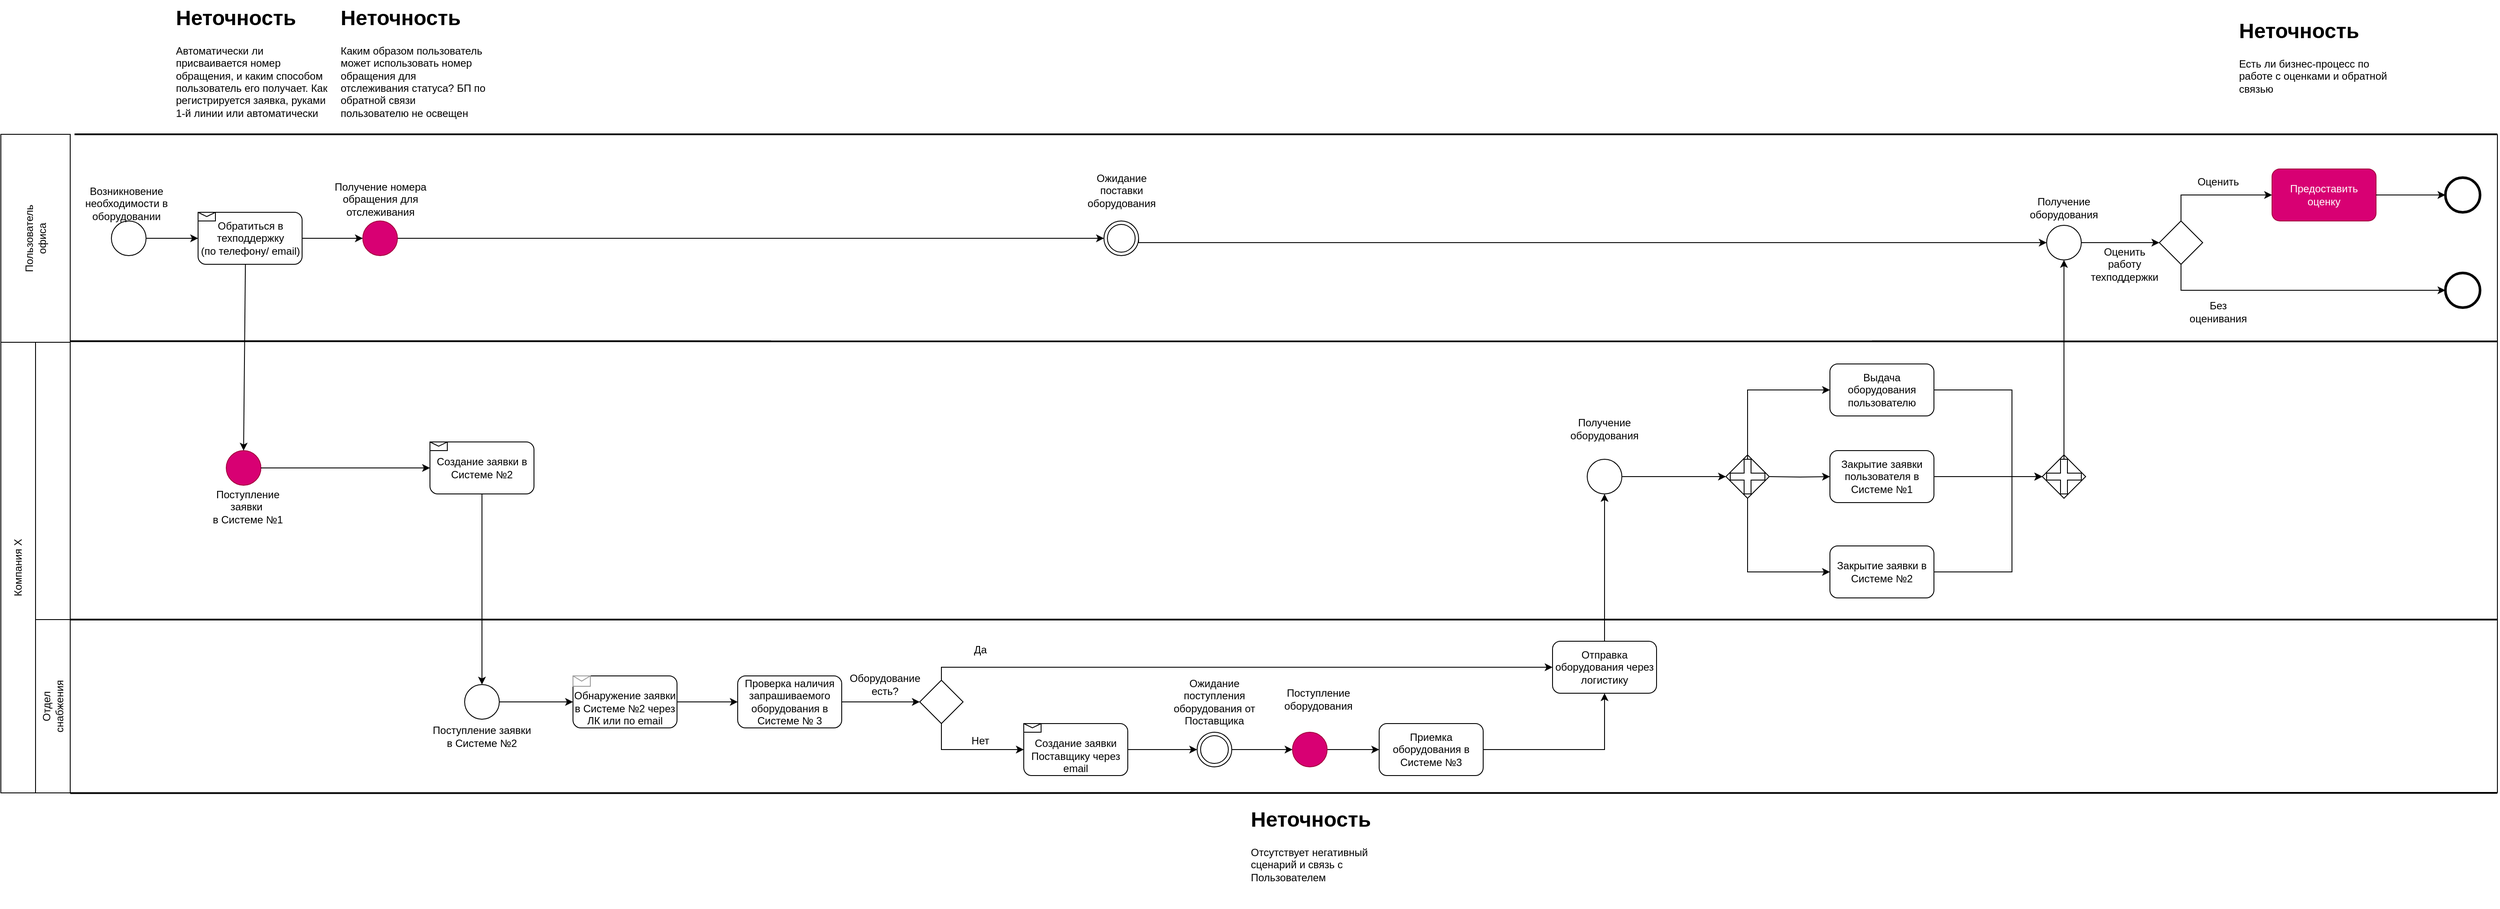
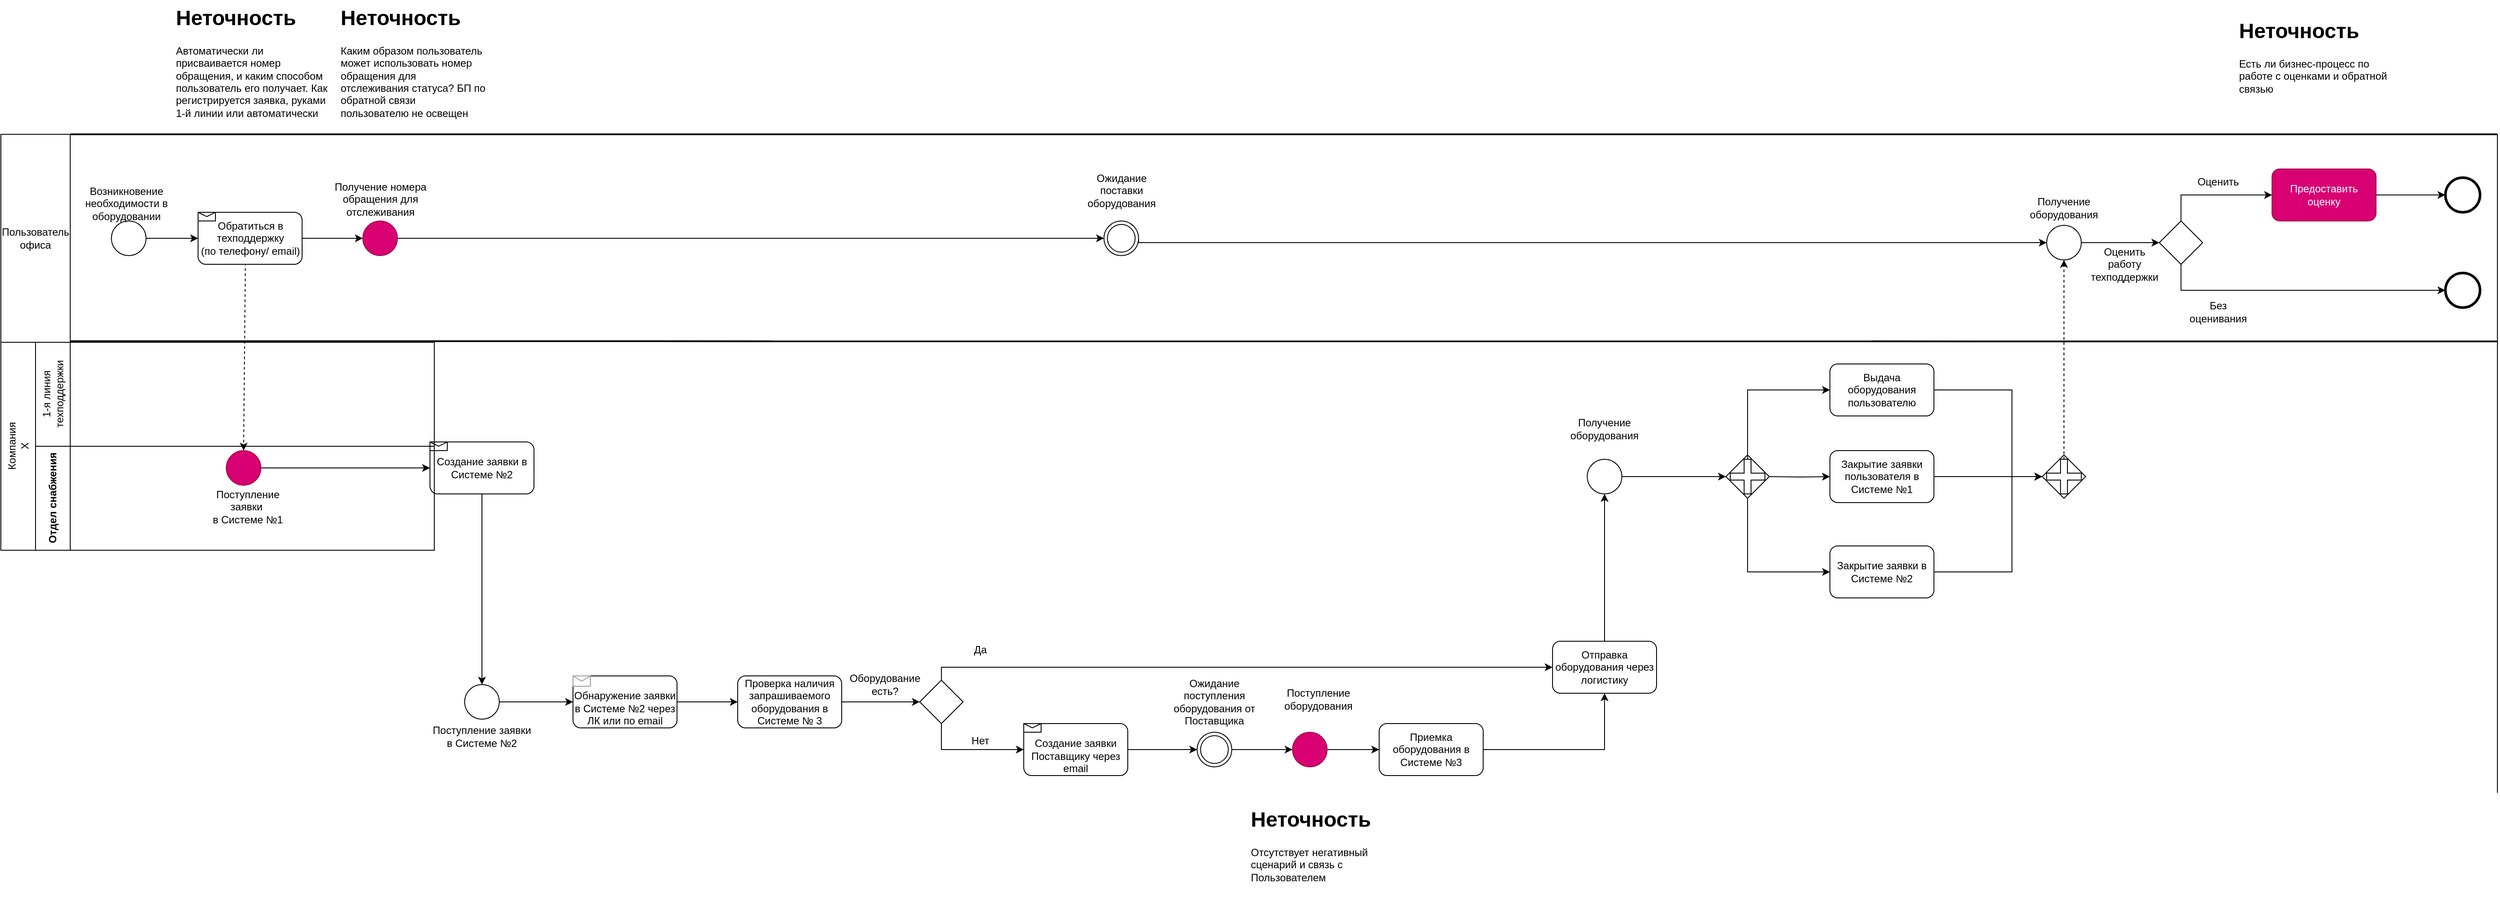
<mxfile host="app.diagrams.net">
  <diagram name="Страница-1" id="6SsGZVheudZXkR8IryFw">
-     <mxGraphModel dx="2576" dy="2151" grid="1" gridSize="10" guides="1" tooltips="1" connect="1" arrows="1" fold="1" page="0" pageScale="1" pageWidth="827" pageHeight="1169" background="none" math="0" shadow="0">
+     <mxGraphModel dx="945" dy="1295" grid="1" gridSize="10" guides="1" tooltips="1" connect="1" arrows="1" fold="1" page="0" pageScale="1" pageWidth="827" pageHeight="1169" background="none" math="0" shadow="0">
      <root>
        <mxCell id="0" />
        <mxCell id="1" parent="0" />
-         <mxCell id="Ya4lB5T6emN3ZDg_C6RV-1" parent="1" style="rounded=0;whiteSpace=wrap;html=1;" value="" vertex="1">
+         <mxCell id="Ya4lB5T6emN3ZDg_C6RV-1" parent="1" style="rounded=0;whiteSpace=wrap;html=1;" value="Пользователь&lt;div&gt;офиса&lt;/div&gt;" vertex="1">
          <mxGeometry height="240" width="80" y="-320" as="geometry" />
-         </mxCell>
-         <mxCell id="Ya4lB5T6emN3ZDg_C6RV-2" parent="1" style="rounded=0;whiteSpace=wrap;html=1;" value="" vertex="1">
-           <mxGeometry height="520" width="40" y="-80" as="geometry" />
-         </mxCell>
-         <mxCell id="Ya4lB5T6emN3ZDg_C6RV-3" parent="1" style="text;html=1;whiteSpace=wrap;strokeColor=none;fillColor=none;align=center;verticalAlign=middle;rounded=0;rotation=-90;" value="Пользователь&lt;div&gt;офиса&lt;/div&gt;" vertex="1">
-           <mxGeometry height="30" width="60" x="10" y="-215" as="geometry" />
-         </mxCell>
-         <mxCell id="Ya4lB5T6emN3ZDg_C6RV-5" parent="1" style="text;html=1;whiteSpace=wrap;strokeColor=none;fillColor=none;align=center;verticalAlign=middle;rounded=0;rotation=-90;" value="Компания Х" vertex="1">
-           <mxGeometry height="30" width="80" x="-20" y="165" as="geometry" />
        </mxCell>
        <mxCell id="VbR1kJbd4s5ipAbFhgMN-2" edge="1" parent="1" style="endArrow=none;html=1;rounded=0;exitX=1;exitY=0;exitDx=0;exitDy=0;strokeColor=light-dark(#000000, #ffffff);strokeWidth=2;" value="">
          <mxGeometry height="50" relative="1" width="50" as="geometry">
            <mxPoint x="80" y="-81.25" as="sourcePoint" />
            <mxPoint x="2880" y="-81" as="targetPoint" />
          </mxGeometry>
        </mxCell>
-         <mxCell id="VbR1kJbd4s5ipAbFhgMN-4" parent="1" style="rounded=0;whiteSpace=wrap;html=1;" value="" vertex="1">
-           <mxGeometry height="320" width="40" x="40" y="-80" as="geometry" />
-         </mxCell>
-         <mxCell id="VbR1kJbd4s5ipAbFhgMN-5" parent="1" style="rounded=0;whiteSpace=wrap;html=1;" value="" vertex="1">
-           <mxGeometry height="200" width="40" x="40" y="240" as="geometry" />
-         </mxCell>
-         <mxCell id="VbR1kJbd4s5ipAbFhgMN-7" edge="1" parent="1" source="VbR1kJbd4s5ipAbFhgMN-5" style="endArrow=none;html=1;rounded=0;exitX=1;exitY=0;exitDx=0;exitDy=0;strokeWidth=2;" value="">
-           <mxGeometry height="50" relative="1" width="50" as="geometry">
-             <mxPoint x="250" y="240" as="sourcePoint" />
-             <mxPoint x="2880" y="240" as="targetPoint" />
-           </mxGeometry>
-         </mxCell>
-         <mxCell id="VbR1kJbd4s5ipAbFhgMN-8" edge="1" parent="1" style="endArrow=none;html=1;rounded=0;exitX=1;exitY=0;exitDx=0;exitDy=0;strokeWidth=2;" value="">
-           <mxGeometry height="50" relative="1" width="50" as="geometry">
-             <mxPoint x="80" y="440.31" as="sourcePoint" />
-             <mxPoint x="2880" y="440" as="targetPoint" />
-           </mxGeometry>
-         </mxCell>
-         <mxCell id="VbR1kJbd4s5ipAbFhgMN-10" edge="1" parent="1" style="endArrow=none;html=1;rounded=0;exitX=1;exitY=0;exitDx=0;exitDy=0;strokeWidth=2;" value="">
+         <mxCell id="VbR1kJbd4s5ipAbFhgMN-10" edge="1" parent="1" source="Ya4lB5T6emN3ZDg_C6RV-1" style="endArrow=none;html=1;rounded=0;exitX=1;exitY=0;exitDx=0;exitDy=0;strokeWidth=2;" value="">
          <mxGeometry height="50" relative="1" width="50" as="geometry">
            <mxPoint x="85" y="-320" as="sourcePoint" />
            <mxPoint x="2880" y="-320" as="targetPoint" />
          </mxGeometry>
        </mxCell>
        <mxCell id="VbR1kJbd4s5ipAbFhgMN-11" parent="1" style="ellipse;whiteSpace=wrap;html=1;aspect=fixed;fillColor=none;" value="" vertex="1">
          <mxGeometry height="40" width="40" x="127.5" y="-220" as="geometry" />
        </mxCell>
        <mxCell id="VbR1kJbd4s5ipAbFhgMN-12" parent="1" style="text;html=1;whiteSpace=wrap;strokeColor=none;fillColor=none;align=center;verticalAlign=middle;rounded=0;" value="&lt;font&gt;Возникновение необходимости в оборудовании&lt;/font&gt;" vertex="1">
          <mxGeometry height="50" width="110" x="90" y="-265" as="geometry" />
        </mxCell>
        <mxCell id="VbR1kJbd4s5ipAbFhgMN-16" parent="1" style="ellipse;whiteSpace=wrap;html=1;aspect=fixed;fillColor=#d80073;fontColor=#ffffff;strokeColor=#A50040;" value="" vertex="1">
          <mxGeometry height="40" width="40" x="260" y="45.000000000000114" as="geometry" />
        </mxCell>
        <mxCell id="VbR1kJbd4s5ipAbFhgMN-17" parent="1" style="text;html=1;whiteSpace=wrap;strokeColor=none;fillColor=none;align=center;verticalAlign=middle;rounded=0;" value="Поступление заявки&amp;nbsp;&lt;div&gt;в Системе №1&lt;/div&gt;" vertex="1">
          <mxGeometry height="30" width="110" x="230" y="95" as="geometry" />
        </mxCell>
-         <mxCell id="VbR1kJbd4s5ipAbFhgMN-20" parent="1" style="text;html=1;whiteSpace=wrap;strokeColor=none;fillColor=none;align=center;verticalAlign=middle;rounded=0;rotation=-90;" value="&lt;br&gt;&lt;span style=&quot;font-family: Helvetica; font-size: 12px; font-style: normal; font-variant-ligatures: normal; font-variant-caps: normal; font-weight: 400; letter-spacing: normal; orphans: 2; text-indent: 0px; text-transform: none; widows: 2; word-spacing: 0px; -webkit-text-stroke-width: 0px; white-space: normal; text-decoration-thickness: initial; text-decoration-style: initial; text-decoration-color: initial; float: none; display: inline !important;&quot;&gt;&lt;font style=&quot;color: light-dark(rgb(255, 255, 255), rgb(255, 255, 255));&quot;&gt;1-я линия техподдержки&lt;/font&gt;&lt;/span&gt;" vertex="1">
-           <mxGeometry height="30" width="60" x="20" y="50" as="geometry" />
-         </mxCell>
        <mxCell id="VbR1kJbd4s5ipAbFhgMN-21" parent="1" style="text;html=1;whiteSpace=wrap;overflow=hidden;rounded=0;" value="&lt;h1 style=&quot;margin-top: 0px;&quot;&gt;&lt;font style=&quot;color: light-dark(rgb(0, 0, 0), rgb(241, 156, 153));&quot;&gt;Неточность&lt;/font&gt;&lt;/h1&gt;&lt;p&gt;Автоматически ли присваивается номер обращения, и каким способом пользователь его получает. Как регистрируется заявка, руками 1-й линии или автоматически&lt;/p&gt;" vertex="1">
          <mxGeometry height="150" width="180" x="200" y="-475" as="geometry" />
        </mxCell>
        <mxCell id="VbR1kJbd4s5ipAbFhgMN-117" edge="1" parent="1" source="VbR1kJbd4s5ipAbFhgMN-23" style="edgeStyle=orthogonalEdgeStyle;rounded=0;orthogonalLoop=1;jettySize=auto;html=1;exitX=1;exitY=0.5;exitDx=0;exitDy=0;entryX=0;entryY=0.5;entryDx=0;entryDy=0;" target="VbR1kJbd4s5ipAbFhgMN-116">
          <mxGeometry relative="1" as="geometry" />
        </mxCell>
        <mxCell id="VbR1kJbd4s5ipAbFhgMN-23" parent="1" style="ellipse;whiteSpace=wrap;html=1;aspect=fixed;fillColor=#d80073;fontColor=#ffffff;strokeColor=#A50040;" value="" vertex="1">
          <mxGeometry height="40" width="40" x="417.5" y="-219.9999999999999" as="geometry" />
        </mxCell>
        <mxCell id="VbR1kJbd4s5ipAbFhgMN-24" parent="1" style="text;html=1;whiteSpace=wrap;strokeColor=none;fillColor=none;align=center;verticalAlign=middle;rounded=0;" value="Получение номера обращения для отслеживания" vertex="1">
          <mxGeometry height="30" width="130" x="372.5" y="-260" as="geometry" />
        </mxCell>
        <mxCell id="VbR1kJbd4s5ipAbFhgMN-25" parent="1" style="text;html=1;whiteSpace=wrap;overflow=hidden;rounded=0;" value="&lt;h1 style=&quot;margin-top: 0px;&quot;&gt;&lt;font style=&quot;color: light-dark(rgb(0, 0, 0), rgb(241, 156, 153));&quot;&gt;Неточность&lt;/font&gt;&lt;/h1&gt;&lt;p&gt;Каким образом пользователь может использовать номер обращения для отслеживания статуса? БП по обратной связи пользователю не освещен&lt;/p&gt;" vertex="1">
          <mxGeometry height="145" width="170" x="390" y="-475" as="geometry" />
        </mxCell>
        <mxCell id="VbR1kJbd4s5ipAbFhgMN-26" edge="1" parent="1" source="VbR1kJbd4s5ipAbFhgMN-11" style="endArrow=classic;html=1;rounded=0;exitX=1;exitY=0.5;exitDx=0;exitDy=0;entryX=0;entryY=0.5;entryDx=0;entryDy=0;" target="VbR1kJbd4s5ipAbFhgMN-37" value="">
          <mxGeometry height="50" relative="1" width="50" as="geometry">
            <mxPoint x="162.50000000000352" y="0.5" as="sourcePoint" />
            <mxPoint x="222.5" as="targetPoint" />
          </mxGeometry>
        </mxCell>
        <mxCell id="VbR1kJbd4s5ipAbFhgMN-27" edge="1" parent="1" source="VbR1kJbd4s5ipAbFhgMN-37" style="endArrow=classic;html=1;rounded=0;exitX=1;exitY=0.5;exitDx=0;exitDy=0;entryX=0;entryY=0.5;entryDx=0;entryDy=0;" target="VbR1kJbd4s5ipAbFhgMN-23" value="">
          <mxGeometry height="50" relative="1" width="50" as="geometry">
            <mxPoint x="342.5" as="sourcePoint" />
            <mxPoint x="452.5" y="25" as="targetPoint" />
          </mxGeometry>
        </mxCell>
-         <mxCell id="VbR1kJbd4s5ipAbFhgMN-28" edge="1" parent="1" source="VbR1kJbd4s5ipAbFhgMN-37" style="endArrow=classic;html=1;rounded=0;exitX=0.455;exitY=0.976;exitDx=0;exitDy=0;entryX=0.5;entryY=0;entryDx=0;entryDy=0;exitPerimeter=0;" target="VbR1kJbd4s5ipAbFhgMN-16" value="">
+         <mxCell id="VbR1kJbd4s5ipAbFhgMN-28" edge="1" parent="1" source="VbR1kJbd4s5ipAbFhgMN-37" style="endArrow=classic;html=1;rounded=0;exitX=0.455;exitY=0.976;exitDx=0;exitDy=0;entryX=0.5;entryY=0;entryDx=0;entryDy=0;exitPerimeter=0;dashed=1;" target="VbR1kJbd4s5ipAbFhgMN-16" value="">
          <mxGeometry height="50" relative="1" width="50" as="geometry">
            <mxPoint x="280" y="-20" as="sourcePoint" />
            <mxPoint x="380" y="-5" as="targetPoint" />
          </mxGeometry>
        </mxCell>
        <mxCell id="VbR1kJbd4s5ipAbFhgMN-30" edge="1" parent="1" source="VbR1kJbd4s5ipAbFhgMN-16" style="endArrow=classic;html=1;rounded=0;exitX=1;exitY=0.5;exitDx=0;exitDy=0;entryX=0;entryY=0.5;entryDx=0;entryDy=0;" value="">
          <mxGeometry height="50" relative="1" width="50" as="geometry">
            <mxPoint x="660" y="125" as="sourcePoint" />
            <mxPoint x="495" y="65" as="targetPoint" />
          </mxGeometry>
        </mxCell>
        <mxCell id="VbR1kJbd4s5ipAbFhgMN-31" parent="1" style="ellipse;whiteSpace=wrap;html=1;aspect=fixed;fillColor=none;" value="" vertex="1">
          <mxGeometry height="40" width="40" x="535" y="315.0000000000001" as="geometry" />
        </mxCell>
-         <mxCell id="VbR1kJbd4s5ipAbFhgMN-32" parent="1" style="text;html=1;whiteSpace=wrap;strokeColor=none;fillColor=none;align=center;verticalAlign=middle;rounded=0;rotation=-90;" value="Отдел снабжения" vertex="1">
-           <mxGeometry height="30" width="60" x="30" y="325" as="geometry" />
-         </mxCell>
        <mxCell id="VbR1kJbd4s5ipAbFhgMN-33" parent="1" style="text;html=1;whiteSpace=wrap;strokeColor=none;fillColor=none;align=center;verticalAlign=middle;rounded=0;" value="Поступление заявки в Системе №2" vertex="1">
          <mxGeometry height="30" width="120" x="495" y="360" as="geometry" />
        </mxCell>
        <mxCell id="VbR1kJbd4s5ipAbFhgMN-35" edge="1" parent="1" source="VbR1kJbd4s5ipAbFhgMN-36" style="endArrow=classic;html=1;rounded=0;exitX=0.5;exitY=1;exitDx=0;exitDy=0;entryX=0.5;entryY=0;entryDx=0;entryDy=0;" target="VbR1kJbd4s5ipAbFhgMN-31" value="">
          <mxGeometry height="50" relative="1" width="50" as="geometry">
            <mxPoint x="555" y="200" as="sourcePoint" />
            <mxPoint x="780" y="250" as="targetPoint" />
          </mxGeometry>
        </mxCell>
        <mxCell id="VbR1kJbd4s5ipAbFhgMN-36" parent="1" style="rounded=1;whiteSpace=wrap;html=1;" value="Создание заявки в Системе №2" vertex="1">
          <mxGeometry height="60" width="120" x="495" y="35" as="geometry" />
        </mxCell>
        <mxCell id="VbR1kJbd4s5ipAbFhgMN-37" parent="1" style="rounded=1;whiteSpace=wrap;html=1;" value="Обратиться в техподдержку&lt;div&gt;(по телефону/ email)&lt;/div&gt;" vertex="1">
          <mxGeometry height="60" width="120" x="227.5" y="-230" as="geometry" />
        </mxCell>
        <mxCell id="VbR1kJbd4s5ipAbFhgMN-38" parent="1" style="shape=message;html=1;html=1;outlineConnect=0;labelPosition=center;verticalLabelPosition=bottom;align=center;verticalAlign=top;" value="" vertex="1">
          <mxGeometry height="10" width="20" x="227.5" y="-230" as="geometry" />
        </mxCell>
        <mxCell id="VbR1kJbd4s5ipAbFhgMN-41" parent="1" style="shape=message;html=1;html=1;outlineConnect=0;labelPosition=center;verticalLabelPosition=bottom;align=center;verticalAlign=top;" value="" vertex="1">
          <mxGeometry height="10" width="20" x="495" y="35" as="geometry" />
        </mxCell>
        <mxCell id="VbR1kJbd4s5ipAbFhgMN-46" edge="1" parent="1" source="VbR1kJbd4s5ipAbFhgMN-42" style="edgeStyle=orthogonalEdgeStyle;rounded=0;orthogonalLoop=1;jettySize=auto;html=1;exitX=1;exitY=0.5;exitDx=0;exitDy=0;entryX=0;entryY=0.5;entryDx=0;entryDy=0;" target="VbR1kJbd4s5ipAbFhgMN-45">
          <mxGeometry relative="1" as="geometry" />
        </mxCell>
        <mxCell id="VbR1kJbd4s5ipAbFhgMN-42" parent="1" style="rounded=1;whiteSpace=wrap;html=1;" value="&lt;div&gt;&lt;br&gt;&lt;/div&gt;&lt;div&gt;Обнаружение заявки в Системе №2 через ЛК или по email&lt;/div&gt;" vertex="1">
          <mxGeometry height="60" width="120" x="660" y="305" as="geometry" />
        </mxCell>
        <mxCell id="VbR1kJbd4s5ipAbFhgMN-43" parent="1" style="verticalLabelPosition=bottom;shadow=0;dashed=0;align=center;html=1;verticalAlign=top;strokeWidth=1;shape=mxgraph.mockup.misc.mail2;strokeColor=#999999;" value="" vertex="1">
          <mxGeometry height="12" width="20" x="660" y="305" as="geometry" />
        </mxCell>
        <mxCell id="VbR1kJbd4s5ipAbFhgMN-44" edge="1" parent="1" source="VbR1kJbd4s5ipAbFhgMN-31" style="endArrow=classic;html=1;rounded=0;exitX=1;exitY=0.5;exitDx=0;exitDy=0;entryX=0;entryY=0.5;entryDx=0;entryDy=0;" target="VbR1kJbd4s5ipAbFhgMN-42" value="">
          <mxGeometry height="50" relative="1" width="50" as="geometry">
            <mxPoint x="760" y="315" as="sourcePoint" />
            <mxPoint x="810" y="265" as="targetPoint" />
          </mxGeometry>
        </mxCell>
        <mxCell id="VbR1kJbd4s5ipAbFhgMN-49" edge="1" parent="1" source="VbR1kJbd4s5ipAbFhgMN-45" style="edgeStyle=orthogonalEdgeStyle;rounded=0;orthogonalLoop=1;jettySize=auto;html=1;exitX=1;exitY=0.5;exitDx=0;exitDy=0;entryX=0;entryY=0.5;entryDx=0;entryDy=0;" target="VbR1kJbd4s5ipAbFhgMN-47">
          <mxGeometry relative="1" as="geometry" />
        </mxCell>
        <mxCell id="VbR1kJbd4s5ipAbFhgMN-45" parent="1" style="rounded=1;whiteSpace=wrap;html=1;" value="Проверка наличия запрашиваемого оборудования в Системе № 3" vertex="1">
          <mxGeometry height="60" width="120" x="850" y="305" as="geometry" />
        </mxCell>
        <mxCell id="VbR1kJbd4s5ipAbFhgMN-58" edge="1" parent="1" source="VbR1kJbd4s5ipAbFhgMN-47" style="edgeStyle=orthogonalEdgeStyle;rounded=0;orthogonalLoop=1;jettySize=auto;html=1;exitX=0.5;exitY=0;exitDx=0;exitDy=0;entryX=0;entryY=0.5;entryDx=0;entryDy=0;" target="VbR1kJbd4s5ipAbFhgMN-52">
          <mxGeometry relative="1" as="geometry">
            <Array as="points">
              <mxPoint x="1085" y="295" />
            </Array>
            <mxPoint x="1150" y="320" as="targetPoint" />
          </mxGeometry>
        </mxCell>
        <mxCell id="VbR1kJbd4s5ipAbFhgMN-60" edge="1" parent="1" source="VbR1kJbd4s5ipAbFhgMN-47" style="edgeStyle=orthogonalEdgeStyle;rounded=0;orthogonalLoop=1;jettySize=auto;html=1;entryX=0;entryY=0.5;entryDx=0;entryDy=0;exitX=0.5;exitY=1;exitDx=0;exitDy=0;" target="VbR1kJbd4s5ipAbFhgMN-59">
          <mxGeometry relative="1" as="geometry">
            <mxPoint x="1085" y="410" as="targetPoint" />
          </mxGeometry>
        </mxCell>
        <mxCell id="VbR1kJbd4s5ipAbFhgMN-47" parent="1" style="rhombus;whiteSpace=wrap;html=1;" value="" vertex="1">
          <mxGeometry height="50" width="50" x="1060" y="310" as="geometry" />
        </mxCell>
        <mxCell id="VbR1kJbd4s5ipAbFhgMN-48" parent="1" style="text;html=1;whiteSpace=wrap;strokeColor=none;fillColor=none;align=center;verticalAlign=middle;rounded=0;" value="Оборудование есть?" vertex="1">
          <mxGeometry height="30" width="60" x="990" y="300" as="geometry" />
        </mxCell>
        <mxCell id="VbR1kJbd4s5ipAbFhgMN-51" parent="1" style="text;html=1;whiteSpace=wrap;strokeColor=none;fillColor=none;align=center;verticalAlign=middle;rounded=0;" value="Да" vertex="1">
          <mxGeometry height="30" width="60" x="1100" y="260" as="geometry" />
        </mxCell>
        <mxCell id="VbR1kJbd4s5ipAbFhgMN-56" edge="1" parent="1" source="VbR1kJbd4s5ipAbFhgMN-52" style="edgeStyle=orthogonalEdgeStyle;rounded=0;orthogonalLoop=1;jettySize=auto;html=1;exitX=0.5;exitY=0;exitDx=0;exitDy=0;entryX=0.5;entryY=1;entryDx=0;entryDy=0;" target="VbR1kJbd4s5ipAbFhgMN-54">
          <mxGeometry relative="1" as="geometry" />
        </mxCell>
        <mxCell id="VbR1kJbd4s5ipAbFhgMN-52" parent="1" style="rounded=1;whiteSpace=wrap;html=1;" value="Отправка оборудования через логистику" vertex="1">
          <mxGeometry height="60" width="120" x="1790" y="265" as="geometry" />
        </mxCell>
        <mxCell id="VbR1kJbd4s5ipAbFhgMN-69" edge="1" parent="1" source="VbR1kJbd4s5ipAbFhgMN-54" style="edgeStyle=orthogonalEdgeStyle;rounded=0;orthogonalLoop=1;jettySize=auto;html=1;">
          <mxGeometry relative="1" as="geometry">
            <mxPoint x="1990" y="75" as="targetPoint" />
          </mxGeometry>
        </mxCell>
        <mxCell id="VbR1kJbd4s5ipAbFhgMN-54" parent="1" style="ellipse;whiteSpace=wrap;html=1;aspect=fixed;fillColor=none;" value="" vertex="1">
          <mxGeometry height="40" width="40" x="1830" y="55.000000000000114" as="geometry" />
        </mxCell>
        <mxCell id="VbR1kJbd4s5ipAbFhgMN-55" parent="1" style="text;html=1;whiteSpace=wrap;strokeColor=none;fillColor=none;align=center;verticalAlign=middle;rounded=0;" value="Получение оборудования" vertex="1">
          <mxGeometry height="30" width="60" x="1820" y="5" as="geometry" />
        </mxCell>
        <mxCell id="VbR1kJbd4s5ipAbFhgMN-59" parent="1" style="rounded=1;whiteSpace=wrap;html=1;" value="&lt;div&gt;&lt;br&gt;&lt;/div&gt;&lt;div&gt;Создание заявки Поставщику через email&lt;/div&gt;" vertex="1">
          <mxGeometry height="60" width="120" x="1180" y="360" as="geometry" />
        </mxCell>
        <mxCell id="VbR1kJbd4s5ipAbFhgMN-61" parent="1" style="text;html=1;whiteSpace=wrap;strokeColor=none;fillColor=none;align=center;verticalAlign=middle;rounded=0;" value="Нет" vertex="1">
          <mxGeometry height="30" width="60" x="1100" y="365" as="geometry" />
        </mxCell>
        <mxCell id="VbR1kJbd4s5ipAbFhgMN-112" edge="1" parent="1" source="VbR1kJbd4s5ipAbFhgMN-62" style="edgeStyle=orthogonalEdgeStyle;rounded=0;orthogonalLoop=1;jettySize=auto;html=1;exitX=1;exitY=0.5;exitDx=0;exitDy=0;entryX=0;entryY=0.5;entryDx=0;entryDy=0;" target="VbR1kJbd4s5ipAbFhgMN-110">
          <mxGeometry relative="1" as="geometry">
            <Array as="points">
              <mxPoint x="2320" y="-25" />
              <mxPoint x="2320" y="75" />
            </Array>
          </mxGeometry>
        </mxCell>
        <mxCell id="VbR1kJbd4s5ipAbFhgMN-62" parent="1" style="rounded=1;whiteSpace=wrap;html=1;" value="Выдача оборудования пользователю" vertex="1">
          <mxGeometry height="60" width="120" x="2110" y="-55" as="geometry" />
        </mxCell>
        <mxCell id="VbR1kJbd4s5ipAbFhgMN-114" edge="1" parent="1" source="VbR1kJbd4s5ipAbFhgMN-65" style="edgeStyle=orthogonalEdgeStyle;rounded=0;orthogonalLoop=1;jettySize=auto;html=1;exitX=1;exitY=0.5;exitDx=0;exitDy=0;entryX=0;entryY=0.5;entryDx=0;entryDy=0;" target="VbR1kJbd4s5ipAbFhgMN-110">
          <mxGeometry relative="1" as="geometry" />
        </mxCell>
        <mxCell id="VbR1kJbd4s5ipAbFhgMN-65" parent="1" style="rounded=1;whiteSpace=wrap;html=1;" value="Закрытие заявки пользователя в Системе №1" vertex="1">
          <mxGeometry height="60" width="120" x="2110" y="45" as="geometry" />
        </mxCell>
        <mxCell id="VbR1kJbd4s5ipAbFhgMN-113" edge="1" parent="1" source="VbR1kJbd4s5ipAbFhgMN-66" style="edgeStyle=orthogonalEdgeStyle;rounded=0;orthogonalLoop=1;jettySize=auto;html=1;exitX=1;exitY=0.5;exitDx=0;exitDy=0;entryX=0;entryY=0.5;entryDx=0;entryDy=0;" target="VbR1kJbd4s5ipAbFhgMN-110">
          <mxGeometry relative="1" as="geometry">
            <Array as="points">
              <mxPoint x="2320" y="185" />
              <mxPoint x="2320" y="75" />
            </Array>
          </mxGeometry>
        </mxCell>
        <mxCell id="VbR1kJbd4s5ipAbFhgMN-66" parent="1" style="rounded=1;whiteSpace=wrap;html=1;" value="Закрытие заявки в Системе №2" vertex="1">
          <mxGeometry height="60" width="120" x="2110" y="155" as="geometry" />
        </mxCell>
        <mxCell id="VbR1kJbd4s5ipAbFhgMN-77" edge="1" parent="1" source="VbR1kJbd4s5ipAbFhgMN-67" style="edgeStyle=orthogonalEdgeStyle;rounded=0;orthogonalLoop=1;jettySize=auto;html=1;entryX=0;entryY=0.5;entryDx=0;entryDy=0;" target="VbR1kJbd4s5ipAbFhgMN-66">
          <mxGeometry relative="1" as="geometry">
            <Array as="points">
              <mxPoint x="2015" y="185" />
            </Array>
          </mxGeometry>
        </mxCell>
        <mxCell id="VbR1kJbd4s5ipAbFhgMN-67" parent="1" style="rhombus;whiteSpace=wrap;html=1;" value="" vertex="1">
          <mxGeometry height="50" width="50" x="1990" y="50" as="geometry" />
        </mxCell>
        <mxCell id="VbR1kJbd4s5ipAbFhgMN-70" edge="1" parent="1" style="edgeStyle=orthogonalEdgeStyle;rounded=0;orthogonalLoop=1;jettySize=auto;html=1;entryX=0;entryY=0.5;entryDx=0;entryDy=0;" target="VbR1kJbd4s5ipAbFhgMN-65">
          <mxGeometry relative="1" as="geometry">
            <mxPoint x="2040" y="75" as="sourcePoint" />
          </mxGeometry>
        </mxCell>
        <mxCell id="VbR1kJbd4s5ipAbFhgMN-79" edge="1" parent="1" source="VbR1kJbd4s5ipAbFhgMN-71" style="edgeStyle=orthogonalEdgeStyle;rounded=0;orthogonalLoop=1;jettySize=auto;html=1;">
          <mxGeometry relative="1" as="geometry">
            <mxPoint x="2490" y="-195" as="targetPoint" />
          </mxGeometry>
        </mxCell>
        <mxCell id="VbR1kJbd4s5ipAbFhgMN-71" parent="1" style="ellipse;whiteSpace=wrap;html=1;aspect=fixed;fillColor=none;" value="" vertex="1">
          <mxGeometry height="40" width="40" x="2360" y="-215" as="geometry" />
        </mxCell>
        <mxCell id="VbR1kJbd4s5ipAbFhgMN-72" parent="1" style="text;html=1;whiteSpace=wrap;strokeColor=none;fillColor=none;align=center;verticalAlign=middle;rounded=0;" value="Получение оборудования" vertex="1">
          <mxGeometry height="30" width="60" x="2350" y="-250" as="geometry" />
        </mxCell>
        <mxCell id="VbR1kJbd4s5ipAbFhgMN-76" edge="1" parent="1" source="VbR1kJbd4s5ipAbFhgMN-73" style="edgeStyle=orthogonalEdgeStyle;rounded=0;orthogonalLoop=1;jettySize=auto;html=1;exitX=0.5;exitY=0;exitDx=0;exitDy=0;exitPerimeter=0;">
          <mxGeometry relative="1" as="geometry">
            <Array as="points">
              <mxPoint x="2015" y="-25" />
              <mxPoint x="2110" y="-25" />
            </Array>
            <mxPoint x="2015" y="45" as="sourcePoint" />
            <mxPoint x="2110" y="-25" as="targetPoint" />
          </mxGeometry>
        </mxCell>
        <mxCell id="VbR1kJbd4s5ipAbFhgMN-73" parent="1" style="shape=cross;whiteSpace=wrap;html=1;" value="" vertex="1">
          <mxGeometry height="40" width="40" x="1995" y="55" as="geometry" />
        </mxCell>
        <mxCell id="VbR1kJbd4s5ipAbFhgMN-87" edge="1" parent="1" source="VbR1kJbd4s5ipAbFhgMN-74" style="edgeStyle=orthogonalEdgeStyle;rounded=0;orthogonalLoop=1;jettySize=auto;html=1;entryX=0;entryY=0.5;entryDx=0;entryDy=0;" target="VbR1kJbd4s5ipAbFhgMN-85">
          <mxGeometry relative="1" as="geometry">
            <Array as="points">
              <mxPoint x="2515" y="-250" />
            </Array>
          </mxGeometry>
        </mxCell>
        <mxCell id="VbR1kJbd4s5ipAbFhgMN-74" parent="1" style="rhombus;whiteSpace=wrap;html=1;" value="" vertex="1">
          <mxGeometry height="50" width="50" x="2490" y="-220" as="geometry" />
        </mxCell>
        <mxCell id="VbR1kJbd4s5ipAbFhgMN-81" parent="1" style="points=[[0.145,0.145,0],[0.5,0,0],[0.855,0.145,0],[1,0.5,0],[0.855,0.855,0],[0.5,1,0],[0.145,0.855,0],[0,0.5,0]];shape=mxgraph.bpmn.event;html=1;verticalLabelPosition=bottom;labelBackgroundColor=#ffffff;verticalAlign=top;align=center;perimeter=ellipsePerimeter;outlineConnect=0;aspect=fixed;outline=end;symbol=terminate2;" value="" vertex="1">
          <mxGeometry height="40" width="40" x="2820" y="-160" as="geometry" />
        </mxCell>
        <mxCell id="VbR1kJbd4s5ipAbFhgMN-82" edge="1" parent="1" style="edgeStyle=orthogonalEdgeStyle;rounded=0;orthogonalLoop=1;jettySize=auto;html=1;entryX=0;entryY=0.5;entryDx=0;entryDy=0;entryPerimeter=0;" target="VbR1kJbd4s5ipAbFhgMN-81">
          <mxGeometry relative="1" as="geometry">
            <Array as="points">
              <mxPoint x="2515" y="-140" />
            </Array>
            <mxPoint x="2515" y="-170" as="sourcePoint" />
          </mxGeometry>
        </mxCell>
        <mxCell id="VbR1kJbd4s5ipAbFhgMN-83" parent="1" style="text;html=1;whiteSpace=wrap;strokeColor=none;fillColor=none;align=center;verticalAlign=middle;rounded=0;" value="Оценить работу техподдержки" vertex="1">
          <mxGeometry height="30" width="60" x="2420" y="-185" as="geometry" />
        </mxCell>
        <mxCell id="VbR1kJbd4s5ipAbFhgMN-84" parent="1" style="text;html=1;whiteSpace=wrap;strokeColor=none;fillColor=none;align=center;verticalAlign=middle;rounded=0;" value="Без оценивания" vertex="1">
          <mxGeometry height="30" width="60" x="2527.5" y="-130" as="geometry" />
        </mxCell>
        <mxCell id="VbR1kJbd4s5ipAbFhgMN-85" parent="1" style="rounded=1;whiteSpace=wrap;html=1;fillColor=#d80073;fontColor=#ffffff;strokeColor=#A50040;" value="Предоставить оценку" vertex="1">
          <mxGeometry height="60" width="120" x="2620" y="-280" as="geometry" />
        </mxCell>
        <mxCell id="VbR1kJbd4s5ipAbFhgMN-86" parent="1" style="points=[[0.145,0.145,0],[0.5,0,0],[0.855,0.145,0],[1,0.5,0],[0.855,0.855,0],[0.5,1,0],[0.145,0.855,0],[0,0.5,0]];shape=mxgraph.bpmn.event;html=1;verticalLabelPosition=bottom;labelBackgroundColor=#ffffff;verticalAlign=top;align=center;perimeter=ellipsePerimeter;outlineConnect=0;aspect=fixed;outline=end;symbol=terminate2;" value="" vertex="1">
          <mxGeometry height="40" width="40" x="2820" y="-270" as="geometry" />
        </mxCell>
        <mxCell id="VbR1kJbd4s5ipAbFhgMN-88" edge="1" parent="1" source="VbR1kJbd4s5ipAbFhgMN-85" style="edgeStyle=orthogonalEdgeStyle;rounded=0;orthogonalLoop=1;jettySize=auto;html=1;entryX=0;entryY=0.5;entryDx=0;entryDy=0;entryPerimeter=0;" target="VbR1kJbd4s5ipAbFhgMN-86">
          <mxGeometry relative="1" as="geometry" />
        </mxCell>
        <mxCell id="VbR1kJbd4s5ipAbFhgMN-89" parent="1" style="text;html=1;whiteSpace=wrap;strokeColor=none;fillColor=none;align=center;verticalAlign=middle;rounded=0;" value="Оценить" vertex="1">
          <mxGeometry height="30" width="60" x="2527.5" y="-280" as="geometry" />
        </mxCell>
        <mxCell id="VbR1kJbd4s5ipAbFhgMN-91" parent="1" style="shape=message;html=1;html=1;outlineConnect=0;labelPosition=center;verticalLabelPosition=bottom;align=center;verticalAlign=top;" value="" vertex="1">
          <mxGeometry height="10" width="20" x="1180" y="360" as="geometry" />
        </mxCell>
        <mxCell id="VbR1kJbd4s5ipAbFhgMN-104" edge="1" parent="1" source="VbR1kJbd4s5ipAbFhgMN-93" style="edgeStyle=orthogonalEdgeStyle;rounded=0;orthogonalLoop=1;jettySize=auto;html=1;exitX=1;exitY=0.5;exitDx=0;exitDy=0;entryX=0;entryY=0.5;entryDx=0;entryDy=0;" target="VbR1kJbd4s5ipAbFhgMN-101">
          <mxGeometry relative="1" as="geometry" />
        </mxCell>
        <mxCell id="VbR1kJbd4s5ipAbFhgMN-93" parent="1" style="ellipse;shape=doubleEllipse;whiteSpace=wrap;html=1;aspect=fixed;" value="" vertex="1">
          <mxGeometry height="40" width="40" x="1380" y="370" as="geometry" />
        </mxCell>
        <mxCell id="VbR1kJbd4s5ipAbFhgMN-94" edge="1" parent="1" source="VbR1kJbd4s5ipAbFhgMN-59" style="endArrow=classic;html=1;rounded=0;exitX=1;exitY=0.5;exitDx=0;exitDy=0;entryX=0;entryY=0.5;entryDx=0;entryDy=0;" target="VbR1kJbd4s5ipAbFhgMN-93" value="">
          <mxGeometry height="50" relative="1" width="50" as="geometry">
            <mxPoint x="1460" y="420" as="sourcePoint" />
            <mxPoint x="1510" y="370" as="targetPoint" />
          </mxGeometry>
        </mxCell>
        <mxCell id="VbR1kJbd4s5ipAbFhgMN-95" parent="1" style="text;html=1;whiteSpace=wrap;strokeColor=none;fillColor=none;align=center;verticalAlign=middle;rounded=0;" value="Ожидание поступления оборудования от Поставщика" vertex="1">
          <mxGeometry height="75" width="120" x="1340" y="297.5" as="geometry" />
        </mxCell>
        <mxCell id="VbR1kJbd4s5ipAbFhgMN-106" edge="1" parent="1" source="VbR1kJbd4s5ipAbFhgMN-100" style="edgeStyle=orthogonalEdgeStyle;rounded=0;orthogonalLoop=1;jettySize=auto;html=1;exitX=1;exitY=0.5;exitDx=0;exitDy=0;entryX=0.5;entryY=1;entryDx=0;entryDy=0;" target="VbR1kJbd4s5ipAbFhgMN-52">
          <mxGeometry relative="1" as="geometry" />
        </mxCell>
        <mxCell id="VbR1kJbd4s5ipAbFhgMN-100" parent="1" style="rounded=1;whiteSpace=wrap;html=1;" value="Приемка оборудования в Системе №3" vertex="1">
          <mxGeometry height="60" width="120" x="1590" y="360" as="geometry" />
        </mxCell>
        <mxCell id="VbR1kJbd4s5ipAbFhgMN-105" edge="1" parent="1" source="VbR1kJbd4s5ipAbFhgMN-101" style="edgeStyle=orthogonalEdgeStyle;rounded=0;orthogonalLoop=1;jettySize=auto;html=1;exitX=1;exitY=0.5;exitDx=0;exitDy=0;entryX=0;entryY=0.5;entryDx=0;entryDy=0;" target="VbR1kJbd4s5ipAbFhgMN-100">
          <mxGeometry relative="1" as="geometry" />
        </mxCell>
        <mxCell id="VbR1kJbd4s5ipAbFhgMN-101" parent="1" style="ellipse;whiteSpace=wrap;html=1;aspect=fixed;fillColor=#d80073;fontColor=#ffffff;strokeColor=#A50040;" value="" vertex="1">
          <mxGeometry height="40" width="40" x="1490" y="370.0000000000001" as="geometry" />
        </mxCell>
        <mxCell id="VbR1kJbd4s5ipAbFhgMN-102" parent="1" style="text;html=1;whiteSpace=wrap;strokeColor=none;fillColor=none;align=center;verticalAlign=middle;rounded=0;" value="Поступление оборудования" vertex="1">
          <mxGeometry height="30" width="60" x="1490" y="317" as="geometry" />
        </mxCell>
        <mxCell id="VbR1kJbd4s5ipAbFhgMN-107" edge="1" parent="1" style="endArrow=none;html=1;rounded=0;" value="">
          <mxGeometry height="50" relative="1" width="50" as="geometry">
            <mxPoint x="2880" y="440" as="sourcePoint" />
            <mxPoint x="2880" y="-320" as="targetPoint" />
          </mxGeometry>
        </mxCell>
        <mxCell id="VbR1kJbd4s5ipAbFhgMN-108" parent="1" style="text;html=1;whiteSpace=wrap;overflow=hidden;rounded=0;" value="&lt;h1 style=&quot;margin-top: 0px;&quot;&gt;&lt;font style=&quot;color: light-dark(rgb(0, 0, 0), rgb(241, 156, 153));&quot;&gt;Неточность&lt;/font&gt;&lt;/h1&gt;&lt;p&gt;Есть ли бизнес-процесс по работе с оценками и обратной связью&lt;/p&gt;" vertex="1">
          <mxGeometry height="120" width="180" x="2580" y="-460" as="geometry" />
        </mxCell>
        <mxCell id="VbR1kJbd4s5ipAbFhgMN-109" parent="1" style="text;html=1;whiteSpace=wrap;overflow=hidden;rounded=0;" value="&lt;h1 style=&quot;margin-top: 0px;&quot;&gt;&lt;font style=&quot;color: light-dark(rgb(0, 0, 0), rgb(241, 156, 153));&quot;&gt;Неточность&lt;/font&gt;&lt;/h1&gt;&lt;p&gt;Отсутствует негативный сценарий и связь с Пользователем&lt;/p&gt;" vertex="1">
          <mxGeometry height="120" width="180" x="1440" y="450" as="geometry" />
        </mxCell>
        <mxCell id="VbR1kJbd4s5ipAbFhgMN-110" parent="1" style="rhombus;whiteSpace=wrap;html=1;" value="" vertex="1">
          <mxGeometry height="50" width="50" x="2355" y="50" as="geometry" />
        </mxCell>
-         <mxCell id="VbR1kJbd4s5ipAbFhgMN-115" edge="1" parent="1" source="VbR1kJbd4s5ipAbFhgMN-111" style="edgeStyle=orthogonalEdgeStyle;rounded=0;orthogonalLoop=1;jettySize=auto;html=1;entryX=0.5;entryY=1;entryDx=0;entryDy=0;" target="VbR1kJbd4s5ipAbFhgMN-71">
+         <mxCell id="VbR1kJbd4s5ipAbFhgMN-115" edge="1" parent="1" source="VbR1kJbd4s5ipAbFhgMN-111" style="edgeStyle=orthogonalEdgeStyle;rounded=0;orthogonalLoop=1;jettySize=auto;html=1;entryX=0.5;entryY=1;entryDx=0;entryDy=0;dashed=1;" target="VbR1kJbd4s5ipAbFhgMN-71">
          <mxGeometry relative="1" as="geometry">
            <mxPoint x="2375" y="-170" as="targetPoint" />
          </mxGeometry>
        </mxCell>
        <mxCell id="VbR1kJbd4s5ipAbFhgMN-111" parent="1" style="shape=cross;whiteSpace=wrap;html=1;" value="" vertex="1">
          <mxGeometry height="40" width="40" x="2360" y="55" as="geometry" />
        </mxCell>
        <mxCell id="VbR1kJbd4s5ipAbFhgMN-118" edge="1" parent="1" source="VbR1kJbd4s5ipAbFhgMN-116" style="edgeStyle=orthogonalEdgeStyle;rounded=0;orthogonalLoop=1;jettySize=auto;html=1;exitX=1;exitY=0.5;exitDx=0;exitDy=0;entryX=0;entryY=0.5;entryDx=0;entryDy=0;" target="VbR1kJbd4s5ipAbFhgMN-71">
          <mxGeometry relative="1" as="geometry">
            <Array as="points">
              <mxPoint x="1313" y="-195" />
            </Array>
            <mxPoint x="2300" y="-219.9230769230769" as="targetPoint" />
          </mxGeometry>
        </mxCell>
        <mxCell id="VbR1kJbd4s5ipAbFhgMN-116" parent="1" style="ellipse;shape=doubleEllipse;whiteSpace=wrap;html=1;aspect=fixed;" value="" vertex="1">
          <mxGeometry height="40" width="40" x="1272.5" y="-220" as="geometry" />
        </mxCell>
        <mxCell id="VbR1kJbd4s5ipAbFhgMN-119" parent="1" style="text;html=1;whiteSpace=wrap;strokeColor=none;fillColor=none;align=center;verticalAlign=middle;rounded=0;" value="Ожидание поставки оборудования" vertex="1">
          <mxGeometry height="30" width="60" x="1262.5" y="-270" as="geometry" />
+         </mxCell>
+         <mxCell id="4kreXZ4vzFUcfaXKuc0n-2" parent="1" style="swimlane;childLayout=stackLayout;resizeParent=1;resizeParentMax=0;horizontal=0;startSize=40;horizontalStack=0;html=1;" value="&lt;span style=&quot;font-weight: 400; white-space: normal;&quot;&gt;Компания Х&lt;/span&gt;" vertex="1">
+           <mxGeometry height="240" width="500" y="-80" as="geometry" />
+         </mxCell>
+         <mxCell id="4kreXZ4vzFUcfaXKuc0n-3" parent="4kreXZ4vzFUcfaXKuc0n-2" style="swimlane;startSize=40;horizontal=0;html=1;" value="&lt;span style=&quot;font-weight: 400; white-space: normal;&quot;&gt;1-я линия техподдержки&lt;/span&gt;" vertex="1">
+           <mxGeometry height="120" width="460" x="40" as="geometry" />
+         </mxCell>
+         <mxCell id="4kreXZ4vzFUcfaXKuc0n-4" parent="4kreXZ4vzFUcfaXKuc0n-2" style="swimlane;startSize=40;horizontal=0;html=1;fillColor=none;" value="Отдел снабжения" vertex="1">
+           <mxGeometry height="120" width="460" x="40" y="120" as="geometry" />
        </mxCell>
      </root>
    </mxGraphModel>
  </diagram>
</mxfile>
